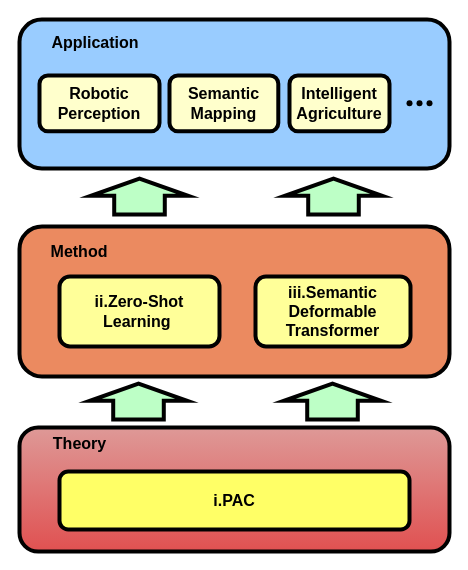
Above: RP/kiwi_framework.drawio in KopiSoftware/draw_cc_cloud (draw.io), before the change. Source tidied: cells renumbered, new cells numbered last; positions are measured from the earlier drawing's top-left corner, leaving out a move shared by most shapes. Both pictures are drawn from the tidied source at 100%, with x=0, y=0 at pixel (19, 19).
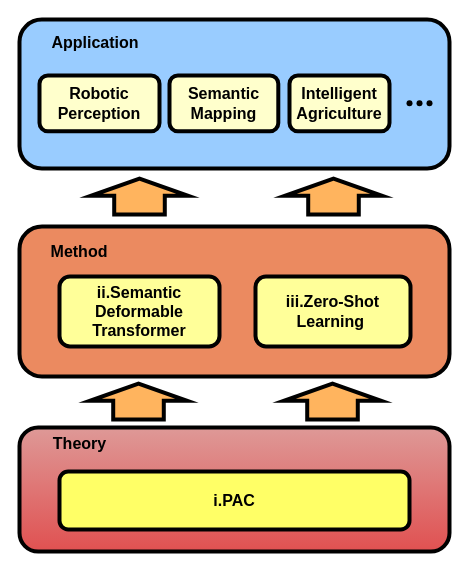
Above is the later version.

The edit, as a diff of the source:
```diff
@@
-    <mxCell id="15" style="shape=flexArrow;endArrow=classic;html=1;rounded=0;width=47.58620689655172;endSize=4.448275862068966;strokeWidth=4;endWidth=42.66349583828775;fillColor=#BDFFC6;" parent="1" edge="1">
+    <mxCell id="15" style="shape=flexArrow;endArrow=classic;html=1;rounded=0;width=47.58620689655172;endSize=4.448275862068966;strokeWidth=4;endWidth=42.66349583828775;fillColor=#FFB45E;" parent="1" edge="1">
       <mxGeometry relative="1" as="geometry">
         <mxPoint x="314" y="197" as="sourcePoint" />
         <mxPoint x="314" y="157" as="targetPoint" />
       </mxGeometry>
     </mxCell>
-    <mxCell id="16" style="shape=flexArrow;endArrow=classic;html=1;rounded=0;width=47.58620689655172;endSize=4.448275862068966;strokeWidth=4;endWidth=42.66349583828775;fillColor=#BDFFC6;" parent="1" edge="1">
+    <mxCell id="16" style="shape=flexArrow;endArrow=classic;html=1;rounded=0;width=47.58620689655172;endSize=4.448275862068966;strokeWidth=4;endWidth=42.66349583828775;fillColor=#FFB45E;" parent="1" edge="1">
       <mxGeometry relative="1" as="geometry">
         <mxPoint x="120" y="197" as="sourcePoint" />
         <mxPoint x="120" y="157" as="targetPoint" />
       </mxGeometry>
     </mxCell>
@@
-    <mxCell id="18" value="&lt;span style=&quot;font-size: 16px;&quot;&gt;&lt;b&gt;ii.Zero-Shot&lt;br&gt;Learning&amp;nbsp;&lt;/b&gt;&lt;/span&gt;" style="rounded=1;whiteSpace=wrap;html=1;strokeWidth=4;fillColor=#FFFF99;" parent="1" vertex="1">
+    <mxCell id="18" value="&lt;b style=&quot;border-color: var(--border-color); font-size: 16px;&quot;&gt;ii.Semantic&lt;br style=&quot;border-color: var(--border-color);&quot;&gt;Deformable&lt;br style=&quot;border-color: var(--border-color);&quot;&gt;Transformer&lt;/b&gt;" style="rounded=1;whiteSpace=wrap;html=1;strokeWidth=4;fillColor=#FFFF99;" parent="1" vertex="1">
       <mxGeometry x="40" y="257" width="160" height="70" as="geometry" />
     </mxCell>
-    <mxCell id="19" value="&lt;span style=&quot;font-size: 16px;&quot;&gt;&lt;b&gt;iii.Semantic&lt;br&gt;Deformable&lt;br&gt;Transformer&lt;br&gt;&lt;/b&gt;&lt;/span&gt;" style="rounded=1;whiteSpace=wrap;html=1;strokeWidth=4;fillColor=#FFFF99;" parent="1" vertex="1">
+    <mxCell id="19" value="&lt;b style=&quot;border-color: var(--border-color); font-size: 16px;&quot;&gt;iii.Zero-Shot&lt;br style=&quot;border-color: var(--border-color);&quot;&gt;Learning&amp;nbsp;&lt;/b&gt;&lt;span style=&quot;font-size: 16px;&quot;&gt;&lt;b&gt;&lt;br&gt;&lt;/b&gt;&lt;/span&gt;" style="rounded=1;whiteSpace=wrap;html=1;strokeWidth=4;fillColor=#FFFF99;" parent="1" vertex="1">
       <mxGeometry x="236" y="257" width="155" height="70" as="geometry" />
     </mxCell>
@@
-    <mxCell id="21" style="shape=flexArrow;endArrow=classic;html=1;rounded=0;width=47.58620689655172;endSize=4.448275862068966;strokeWidth=4;endWidth=42.66349583828775;fillColor=#BDFFC6;" parent="1" edge="1">
+    <mxCell id="21" style="shape=flexArrow;endArrow=classic;html=1;rounded=0;width=47.58620689655172;endSize=4.448275862068966;strokeWidth=4;endWidth=42.66349583828775;fillColor=#FFB45E;" parent="1" edge="1">
       <mxGeometry relative="1" as="geometry">
         <mxPoint x="313" y="402" as="sourcePoint" />
         <mxPoint x="313" y="362" as="targetPoint" />
       </mxGeometry>
     </mxCell>
-    <mxCell id="22" style="shape=flexArrow;endArrow=classic;html=1;rounded=0;width=47.58620689655172;endSize=4.448275862068966;strokeWidth=4;endWidth=42.66349583828775;fillColor=#BDFFC6;" parent="1" edge="1">
+    <mxCell id="22" style="shape=flexArrow;endArrow=classic;html=1;rounded=0;width=47.58620689655172;endSize=4.448275862068966;strokeWidth=4;endWidth=42.66349583828775;fillColor=#FFB45E;" parent="1" edge="1">
       <mxGeometry relative="1" as="geometry">
         <mxPoint x="119" y="402" as="sourcePoint" />
         <mxPoint x="119" y="362" as="targetPoint" />
       </mxGeometry>
     </mxCell>
```
